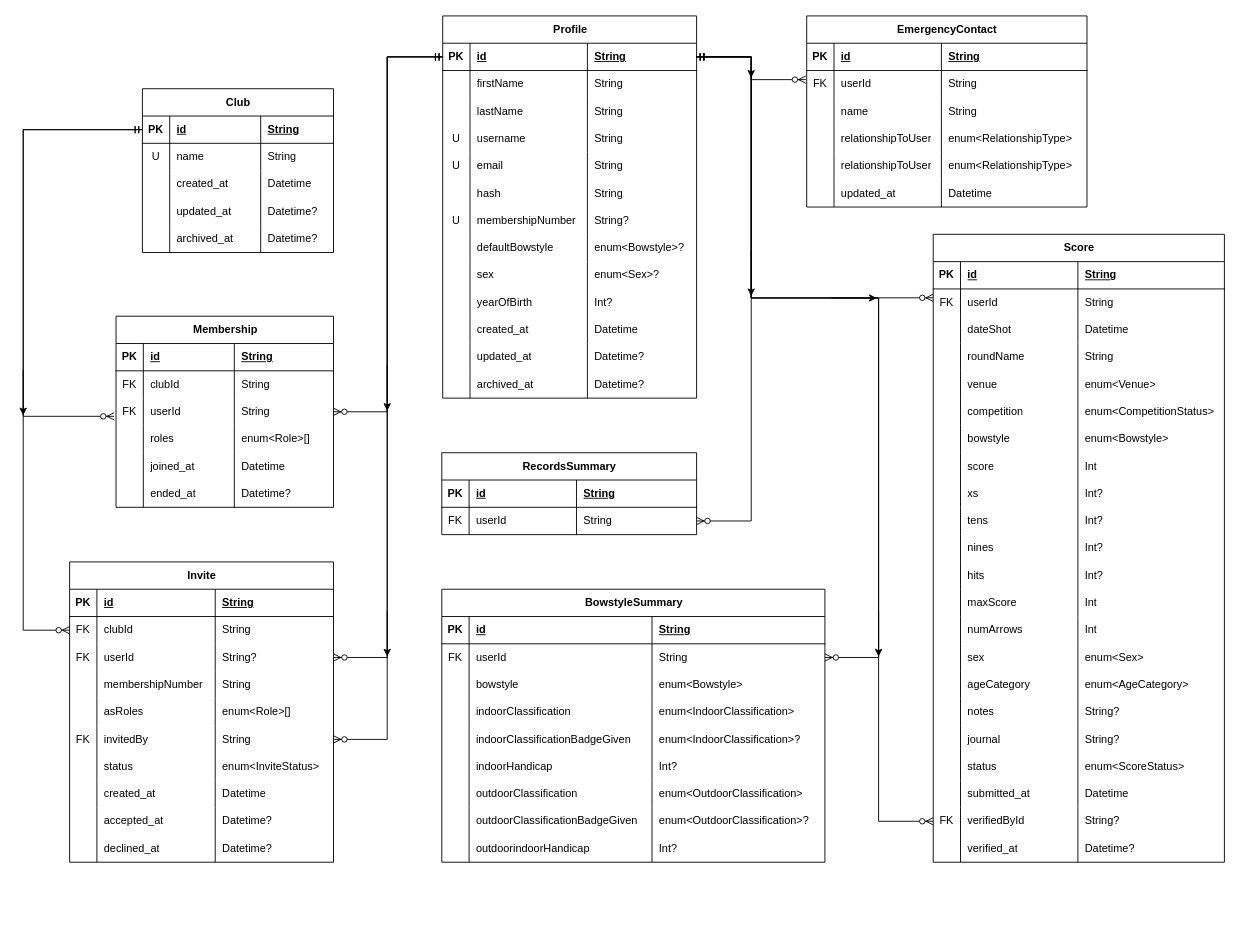
corey-richardson/comp3000 keeps this draw.io diagram as 06-Diagrams/ERD.drawio. Above is the earlier version. Source tidied: cells renumbered, new cells numbered last; positions are measured from the earlier drawing's top-left corner, leaving out a move shared by most shapes. Both pictures are drawn from the tidied source at 91%, with x=0, y=0 at pixel (23, 15).
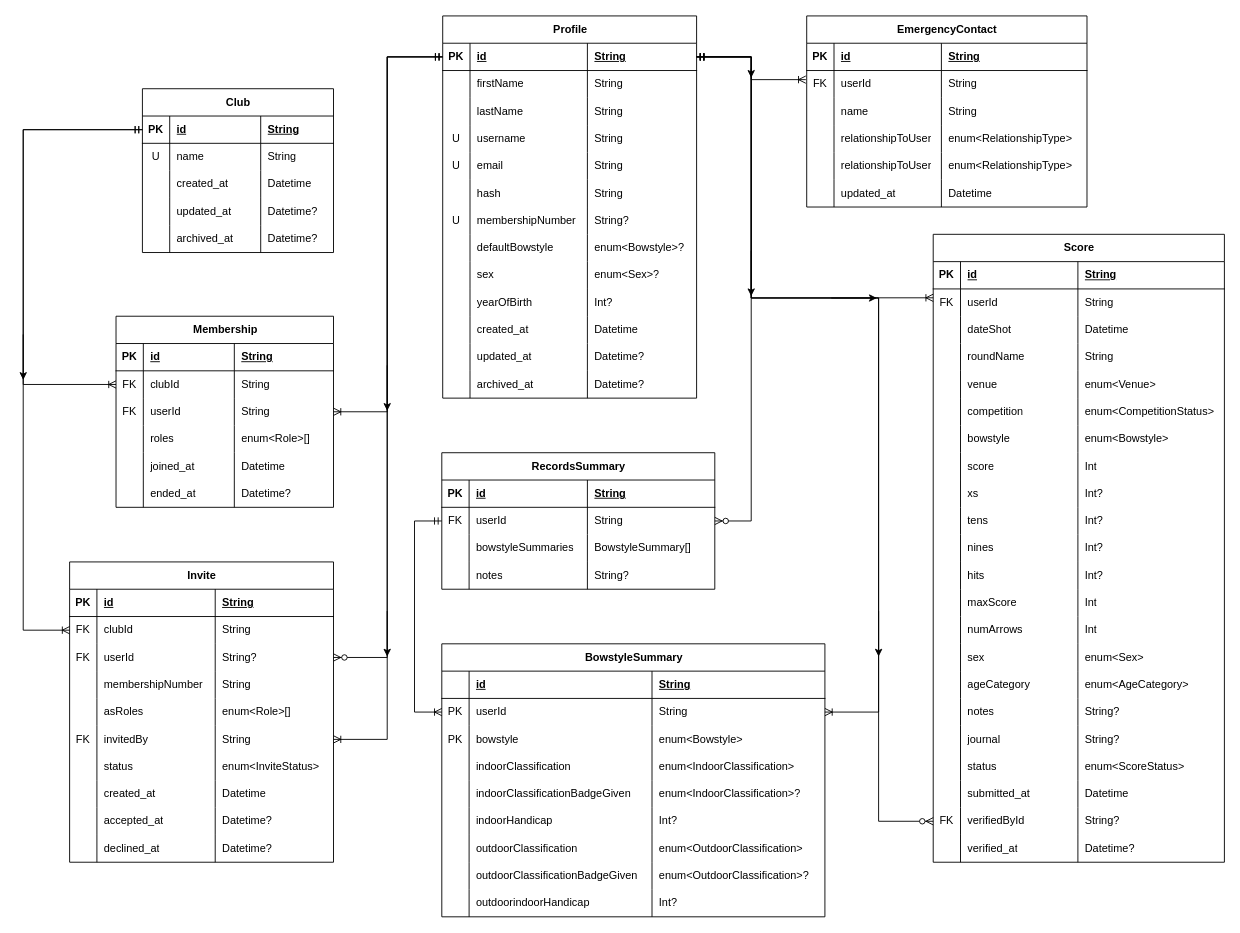
The same page after the edit.

Commit message (it also covers changes not shown here):
Updated ERD relations to better reflect cardinality

The change refers to these unchanged cells:
```xml
<mxCell id="3" style="shape=tableRow;horizontal=0;startSize=0;swimlaneHead=0;swimlaneBody=0;fillColor=none;points=[[0,0.5],[1,0.5]];portConstraint=eastwest;top=0;left=0;right=0;bottom=1;" parent="2" vertex="1">
  <mxGeometry y="30" width="279" height="30" as="geometry" />
</mxCell>
<mxCell id="56" style="shape=tableRow;horizontal=0;startSize=0;swimlaneHead=0;swimlaneBody=0;fillColor=none;points=[[0,0.5],[1,0.5]];portConstraint=eastwest;top=0;left=0;right=0;bottom=1;" parent="55" vertex="1">
  <mxGeometry y="30" width="210" height="30" as="geometry" />
</mxCell>
<mxCell id="81" style="shape=tableRow;horizontal=0;startSize=0;swimlaneHead=0;swimlaneBody=0;fillColor=none;points=[[0,0.5],[1,0.5]];portConstraint=eastwest;top=0;left=0;right=0;bottom=0;" parent="76" vertex="1">
  <mxGeometry y="60" width="239" height="30" as="geometry" />
</mxCell>
<mxCell id="85" style="shape=tableRow;horizontal=0;startSize=0;swimlaneHead=0;swimlaneBody=0;fillColor=none;points=[[0,0.5],[1,0.5]];portConstraint=eastwest;top=0;left=0;right=0;bottom=0;" parent="76" vertex="1">
  <mxGeometry y="90" width="239" height="30" as="geometry" />
</mxCell>
<mxCell id="107" style="shape=tableRow;horizontal=0;startSize=0;swimlaneHead=0;swimlaneBody=0;fillColor=none;points=[[0,0.5],[1,0.5]];portConstraint=eastwest;top=0;left=0;right=0;bottom=0;" parent="102" vertex="1">
  <mxGeometry y="60" width="290" height="30" as="geometry" />
</mxCell>
<mxCell id="123" style="shape=tableRow;horizontal=0;startSize=0;swimlaneHead=0;swimlaneBody=0;fillColor=none;points=[[0,0.5],[1,0.5]];portConstraint=eastwest;top=0;left=0;right=0;bottom=0;" parent="102" vertex="1">
  <mxGeometry y="180" width="290" height="30" as="geometry" />
</mxCell>
<mxCell id="177" style="shape=tableRow;horizontal=0;startSize=0;swimlaneHead=0;swimlaneBody=0;fillColor=none;points=[[0,0.5],[1,0.5]];portConstraint=eastwest;top=0;left=0;right=0;bottom=0;" parent="172" vertex="1">
  <mxGeometry y="60" width="320" height="30" as="geometry" />
</mxCell>
<mxCell id="275" style="shape=tableRow;horizontal=0;startSize=0;swimlaneHead=0;swimlaneBody=0;fillColor=none;top=0;left=0;right=0;bottom=1;" parent="274" vertex="1">
  <mxGeometry y="30" width="421" height="30" as="geometry" />
</mxCell>
<mxCell id="279" style="shape=tableRow;horizontal=0;startSize=0;swimlaneHead=0;swimlaneBody=0;fillColor=none;points=[[0,0.5],[1,0.5]];portConstraint=eastwest;top=0;left=0;right=0;bottom=0;" parent="274" vertex="1">
  <mxGeometry y="60" width="421" height="30" as="geometry" />
</mxCell>
<mxCell id="283" style="shape=tableRow;horizontal=0;startSize=0;swimlaneHead=0;swimlaneBody=0;fillColor=none;top=0;left=0;right=0;bottom=0;" parent="274" vertex="1">
  <mxGeometry y="90" width="421" height="30" as="geometry" />
</mxCell>
```

What changed in the source:
```diff
@@
-    <mxCell id="101" style="edgeStyle=orthogonalEdgeStyle;fontSize=12;html=1;endArrow=ERzeroToMany;startArrow=ERmandOne;rounded=0;exitX=0;exitY=0.5;exitDx=0;exitDy=0;" parent="1" edge="1" source="56">
+    <mxCell id="101" style="edgeStyle=orthogonalEdgeStyle;fontSize=12;html=1;endArrow=ERoneToMany;startArrow=ERmandOne;rounded=0;exitX=0;exitY=0.5;exitDx=0;exitDy=0;entryX=0;entryY=0.5;entryDx=0;entryDy=0;endFill=0;" parent="1" edge="1" source="56" target="81">
       <mxGeometry relative="1" as="geometry">
-        <mxPoint x="100" y="440" as="targetPoint" />
         <Array as="points">
           <mxPoint y="125" />
-          <mxPoint y="440" />
+          <mxPoint y="405" />
         </Array>
       </mxGeometry>
     </mxCell>
@@
-    <mxCell id="143" style="edgeStyle=orthogonalEdgeStyle;fontSize=12;html=1;endArrow=ERzeroToMany;startArrow=ERmandOne;rounded=0;exitX=0;exitY=0.5;exitDx=0;exitDy=0;entryX=0;entryY=0.5;entryDx=0;entryDy=0;" parent="1" edge="1" source="56" target="107">
+    <mxCell id="143" style="edgeStyle=orthogonalEdgeStyle;fontSize=12;html=1;endArrow=ERoneToMany;startArrow=ERmandOne;rounded=0;exitX=0;exitY=0.5;exitDx=0;exitDy=0;entryX=0;entryY=0.5;entryDx=0;entryDy=0;endFill=0;" parent="1" edge="1" source="56" target="107">
       <mxGeometry relative="1" as="geometry">
         <Array as="points">
           <mxPoint y="125" />
           <mxPoint y="675" />
         </Array>
       </mxGeometry>
     </mxCell>
-    <mxCell id="144" style="edgeStyle=orthogonalEdgeStyle;fontSize=12;html=1;endArrow=ERzeroToMany;startArrow=ERmandOne;rounded=0;exitX=0;exitY=0.5;exitDx=0;exitDy=0;entryX=1;entryY=0.5;entryDx=0;entryDy=0;" parent="1" edge="1" source="3" target="85">
+    <mxCell id="144" style="edgeStyle=orthogonalEdgeStyle;fontSize=12;html=1;endArrow=ERoneToMany;startArrow=ERmandOne;rounded=0;exitX=0;exitY=0.5;exitDx=0;exitDy=0;entryX=1;entryY=0.5;entryDx=0;entryDy=0;endFill=0;" parent="1" edge="1" source="3" target="85">
       <mxGeometry relative="1" as="geometry">
         <Array as="points">
           <mxPoint x="400" y="45" />
           <mxPoint x="400" y="435" />
         </Array>
       </mxGeometry>
     </mxCell>
@@
-    <mxCell id="146" style="edgeStyle=orthogonalEdgeStyle;fontSize=12;html=1;endArrow=ERzeroToMany;startArrow=ERmandOne;rounded=0;fontStyle=1;exitX=0;exitY=0.5;exitDx=0;exitDy=0;entryX=1;entryY=0.5;entryDx=0;entryDy=0;" parent="1" edge="1" source="3" target="123">
+    <mxCell id="146" style="edgeStyle=orthogonalEdgeStyle;fontSize=12;html=1;endArrow=ERoneToMany;startArrow=ERmandOne;rounded=0;fontStyle=1;exitX=0;exitY=0.5;exitDx=0;exitDy=0;entryX=1;entryY=0.5;entryDx=0;entryDy=0;endFill=0;" parent="1" edge="1" source="3" target="123">
       <mxGeometry relative="1" as="geometry">
         <Array as="points">
           <mxPoint x="400" y="45" />
           <mxPoint x="400" y="795" />
         </Array>
       </mxGeometry>
     </mxCell>
@@
-    <mxCell id="262" style="edgeStyle=orthogonalEdgeStyle;fontSize=12;html=1;endArrow=ERzeroToMany;startArrow=ERmandOne;rounded=0;entryX=0;entryY=0.325;entryDx=0;entryDy=0;entryPerimeter=0;exitX=1;exitY=0.5;exitDx=0;exitDy=0;" parent="1" edge="1" source="3" target="177">
+    <mxCell id="262" style="edgeStyle=orthogonalEdgeStyle;fontSize=12;html=1;endArrow=ERoneToMany;startArrow=ERmandOne;rounded=0;entryX=0;entryY=0.325;entryDx=0;entryDy=0;entryPerimeter=0;exitX=1;exitY=0.5;exitDx=0;exitDy=0;endFill=0;" parent="1" edge="1" source="3" target="177">
       <mxGeometry relative="1" as="geometry">
         <Array as="points">
           <mxPoint x="800" y="45" />
           <mxPoint x="800" y="310" />
         </Array>
       </mxGeometry>
     </mxCell>
-    <mxCell id="263" style="edgeStyle=orthogonalEdgeStyle;fontSize=12;html=1;endArrow=ERzeroToMany;startArrow=ERmandOne;rounded=0;exitX=1;exitY=0.5;exitDx=0;exitDy=0;" parent="1" edge="1" source="3">
+    <mxCell id="263" style="edgeStyle=orthogonalEdgeStyle;fontSize=12;html=1;endArrow=ERoneToMany;startArrow=ERmandOne;rounded=0;exitX=1;exitY=0.5;exitDx=0;exitDy=0;endFill=0;" parent="1" edge="1" source="3">
       <mxGeometry relative="1" as="geometry">
         <mxPoint x="860" y="70" as="targetPoint" />
         <Array as="points">
           <mxPoint x="800" y="45" />
           <mxPoint x="800" y="70" />
         </Array>
       </mxGeometry>
     </mxCell>
     <mxCell id="264" value="RecordsSummary" style="shape=table;startSize=30;childLayout=tableLayout;rowLines=0;fontStyle=1;align=center;html=1;" parent="1" vertex="1">
-      <mxGeometry x="460" y="480" width="280" height="90" as="geometry" />
+      <mxGeometry x="460" y="480" width="300" height="150" as="geometry" />
     </mxCell>
     <mxCell id="265" style="shape=tableRow;horizontal=0;startSize=0;swimlaneHead=0;swimlaneBody=0;fillColor=none;top=0;left=0;right=0;bottom=1;" parent="264" vertex="1">
-      <mxGeometry y="30" width="280" height="30" as="geometry" />
+      <mxGeometry y="30" width="300" height="30" as="geometry" />
     </mxCell>
@@
     <mxCell id="267" value="id" style="shape=partialRectangle;fillColor=none;top=0;left=0;bottom=0;right=0;align=left;spacingLeft=6;fontStyle=5;overflow=hidden;whiteSpace=wrap;html=1;" parent="265" vertex="1">
-      <mxGeometry x="30" width="118" height="30" as="geometry" />
+      <mxGeometry x="30" width="130" height="30" as="geometry" />
     </mxCell>
     <mxCell id="268" value="String" style="shape=partialRectangle;fillColor=none;top=0;left=0;bottom=0;right=0;align=left;spacingLeft=6;fontStyle=5;overflow=hidden;whiteSpace=wrap;html=1;" parent="265" vertex="1">
-      <mxGeometry x="148" width="132" height="30" as="geometry" />
+      <mxGeometry x="160" width="140" height="30" as="geometry" />
     </mxCell>
     <mxCell id="269" style="shape=tableRow;horizontal=0;startSize=0;swimlaneHead=0;swimlaneBody=0;fillColor=none;points=[[0,0.5],[1,0.5]];portConstraint=eastwest;top=0;left=0;right=0;bottom=0;" parent="264" vertex="1">
-      <mxGeometry y="60" width="280" height="30" as="geometry" />
+      <mxGeometry y="60" width="300" height="30" as="geometry" />
     </mxCell>
@@
     <mxCell id="271" value="userId" style="shape=partialRectangle;fillColor=none;top=0;left=0;bottom=0;right=0;align=left;spacingLeft=6;overflow=hidden;whiteSpace=wrap;html=1;" parent="269" vertex="1">
-      <mxGeometry x="30" width="118" height="30" as="geometry" />
+      <mxGeometry x="30" width="130" height="30" as="geometry" />
     </mxCell>
     <mxCell id="272" value="String" style="shape=partialRectangle;fillColor=none;top=0;left=0;bottom=0;right=0;align=left;spacingLeft=6;overflow=hidden;whiteSpace=wrap;html=1;" parent="269" vertex="1">
-      <mxGeometry x="148" width="132" height="30" as="geometry" />
+      <mxGeometry x="160" width="140" height="30" as="geometry" />
     </mxCell>
+    <mxCell id="319" style="shape=tableRow;horizontal=0;startSize=0;swimlaneHead=0;swimlaneBody=0;fillColor=none;top=0;left=0;right=0;bottom=0;" parent="264" vertex="1">
+      <mxGeometry y="90" width="300" height="30" as="geometry" />
+    </mxCell>
+    <mxCell id="320" style="shape=partialRectangle;fillColor=none;top=0;left=0;bottom=0;right=0;overflow=hidden;whiteSpace=wrap;html=1;" parent="319" vertex="1">
+      <mxGeometry width="30" height="30" as="geometry" />
+    </mxCell>
+    <mxCell id="321" value="bowstyleSummaries" style="shape=partialRectangle;fillColor=none;top=0;left=0;bottom=0;right=0;align=left;spacingLeft=6;overflow=hidden;whiteSpace=wrap;html=1;" parent="319" vertex="1">
+      <mxGeometry x="30" width="130" height="30" as="geometry" />
+    </mxCell>
+    <mxCell id="322" value="BowstyleSummary[]" style="shape=partialRectangle;fillColor=none;top=0;left=0;bottom=0;right=0;align=left;spacingLeft=6;overflow=hidden;whiteSpace=wrap;html=1;" parent="319" vertex="1">
+      <mxGeometry x="160" width="140" height="30" as="geometry" />
+    </mxCell>
+    <mxCell id="323" style="shape=tableRow;horizontal=0;startSize=0;swimlaneHead=0;swimlaneBody=0;fillColor=none;top=0;left=0;right=0;bottom=0;" parent="264" vertex="1">
+      <mxGeometry y="120" width="300" height="30" as="geometry" />
+    </mxCell>
+    <mxCell id="324" style="shape=partialRectangle;fillColor=none;top=0;left=0;bottom=0;right=0;overflow=hidden;whiteSpace=wrap;html=1;" parent="323" vertex="1">
+      <mxGeometry width="30" height="30" as="geometry" />
+    </mxCell>
+    <mxCell id="325" value="notes" style="shape=partialRectangle;fillColor=none;top=0;left=0;bottom=0;right=0;align=left;spacingLeft=6;overflow=hidden;whiteSpace=wrap;html=1;" parent="323" vertex="1">
+      <mxGeometry x="30" width="130" height="30" as="geometry" />
+    </mxCell>
+    <mxCell id="326" value="String?" style="shape=partialRectangle;fillColor=none;top=0;left=0;bottom=0;right=0;align=left;spacingLeft=6;overflow=hidden;whiteSpace=wrap;html=1;" parent="323" vertex="1">
+      <mxGeometry x="160" width="140" height="30" as="geometry" />
+    </mxCell>
@@
     <mxCell id="274" value="BowstyleSummary" style="shape=table;startSize=30;childLayout=tableLayout;rowLines=0;fontStyle=1;align=center;html=1;" parent="1" vertex="1">
-      <mxGeometry x="460" y="630" width="421" height="300" as="geometry" />
+      <mxGeometry x="460" y="690" width="421" height="300" as="geometry" />
     </mxCell>
@@
-    <mxCell id="276" value="PK" style="shape=partialRectangle;fillColor=none;top=0;left=0;bottom=0;right=0;fontStyle=1;overflow=hidden;whiteSpace=wrap;html=1;" parent="275" vertex="1">
+    <mxCell id="276" style="shape=partialRectangle;fillColor=none;top=0;left=0;bottom=0;right=0;fontStyle=1;overflow=hidden;whiteSpace=wrap;html=1;" parent="275" vertex="1">
       <mxGeometry width="30" height="30" as="geometry" />
     </mxCell>
@@
-    <mxCell id="280" value="FK" style="shape=partialRectangle;fillColor=none;top=0;left=0;bottom=0;right=0;overflow=hidden;whiteSpace=wrap;html=1;" parent="279" vertex="1">
+    <mxCell id="280" value="PK" style="shape=partialRectangle;fillColor=none;top=0;left=0;bottom=0;right=0;overflow=hidden;whiteSpace=wrap;html=1;" parent="279" vertex="1">
       <mxGeometry width="30" height="30" as="geometry" />
     </mxCell>
@@
-    <mxCell id="284" style="shape=partialRectangle;fillColor=none;top=0;left=0;bottom=0;right=0;overflow=hidden;whiteSpace=wrap;html=1;" parent="283" vertex="1">
+    <mxCell id="284" value="PK" style="shape=partialRectangle;fillColor=none;top=0;left=0;bottom=0;right=0;overflow=hidden;whiteSpace=wrap;html=1;" parent="283" vertex="1">
       <mxGeometry width="30" height="30" as="geometry" />
     </mxCell>
@@
-    <mxCell id="311" style="edgeStyle=orthogonalEdgeStyle;fontSize=12;html=1;endArrow=ERzeroToMany;startArrow=ERmandOne;rounded=0;entryX=1;entryY=0.5;entryDx=0;entryDy=0;exitX=1;exitY=0.5;exitDx=0;exitDy=0;" parent="1" edge="1" source="3" target="279">
+    <mxCell id="311" style="edgeStyle=orthogonalEdgeStyle;fontSize=12;html=1;endArrow=ERoneToMany;startArrow=ERmandOne;rounded=0;entryX=1;entryY=0.5;entryDx=0;entryDy=0;exitX=1;exitY=0.5;exitDx=0;exitDy=0;endFill=0;" parent="1" edge="1" source="3" target="279">
       <mxGeometry relative="1" as="geometry">
         <Array as="points">
           <mxPoint x="800" y="45" />
           <mxPoint x="800" y="310" />
           <mxPoint x="940" y="310" />
-          <mxPoint x="940" y="705" />
+          <mxPoint x="940" y="765" />
         </Array>
       </mxGeometry>
     </mxCell>
@@
     <mxCell id="318" style="endArrow=classic;html=1;rounded=0;" parent="1" edge="1">
       <mxGeometry relative="1" as="geometry">
-        <mxPoint y="389" as="sourcePoint" />
-        <mxPoint y="439" as="targetPoint" />
+        <mxPoint y="350" as="sourcePoint" />
+        <mxPoint y="400" as="targetPoint" />
       </mxGeometry>
     </mxCell>
+    <mxCell id="327" style="fontSize=12;html=1;endArrow=ERoneToMany;startArrow=ERmandOne;rounded=0;entryX=0;entryY=0.5;entryDx=0;entryDy=0;exitX=0;exitY=0.5;exitDx=0;exitDy=0;edgeStyle=orthogonalEdgeStyle;" parent="1" edge="1" source="269" target="279">
+      <mxGeometry relative="1" as="geometry">
+        <Array as="points">
+          <mxPoint x="430" y="555" />
+          <mxPoint x="430" y="765" />
+        </Array>
+      </mxGeometry>
+    </mxCell>
```
